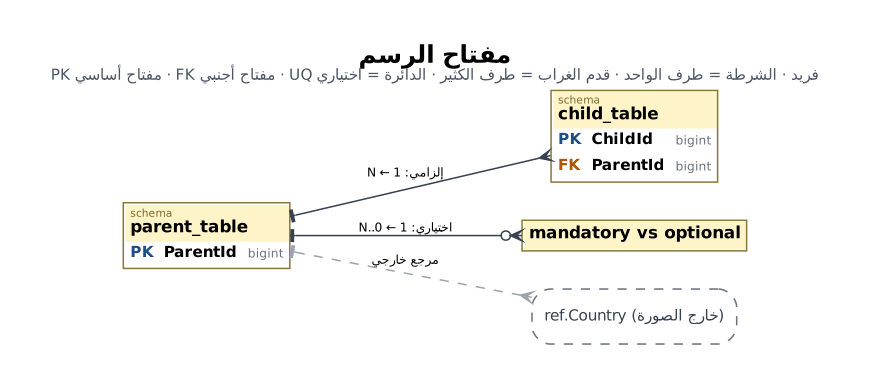
thawrasy/smartlines keeps this Graphviz diagram as treasury-platform/docs/diagrams/pro/legend.png. Above is the earlier version. Its source is kept beside it as treasury-platform/docs/diagrams/pro/src/legend.dot. Source of this version:
```dot
digraph G {
  graph [fontname="DejaVu Sans", label=<<B><FONT POINT-SIZE="16">مفتاح الرسم</FONT></B><BR/><FONT POINT-SIZE="10" COLOR="#4B5563">PK مفتاح أساسي · FK مفتاح أجنبي · UQ فريد · الشرطة = طرف الواحد · قدم الغراب = طرف الكثير · الدائرة = اختياري</FONT>>, labelloc=t, rankdir=LR, splines=true, nodesep=0.35, ranksep=1.25, pad=0.35, bgcolor="white", dpi=110];
  node [fontname="DejaVu Sans", fontsize=10];
  edge [fontname="DejaVu Sans", fontsize=8, color="#374151", arrowsize=0.75];
  parent [shape=plain, label=<<TABLE BORDER="1" COLOR="#8A7A3A" CELLBORDER="0" CELLSPACING="0" CELLPADDING="3" BGCOLOR="white"><TR><TD COLSPAN="3" BGCOLOR="#FFF4C7" ALIGN="LEFT"><FONT POINT-SIZE="7" COLOR="#7A6A2E">schema</FONT><BR ALIGN="LEFT"/><FONT POINT-SIZE="11"><B>parent_table</B></FONT></TD></TR><TR><TD ALIGN="LEFT"><FONT COLOR="#1D4E89"><B>PK</B></FONT></TD><TD ALIGN="LEFT"><B>ParentId</B></TD><TD ALIGN="RIGHT"><FONT COLOR="#6B7280" POINT-SIZE="8">bigint</FONT></TD></TR></TABLE>>];
  child [shape=plain, label=<<TABLE BORDER="1" COLOR="#8A7A3A" CELLBORDER="0" CELLSPACING="0" CELLPADDING="3" BGCOLOR="white"><TR><TD COLSPAN="3" BGCOLOR="#FFF4C7" ALIGN="LEFT"><FONT POINT-SIZE="7" COLOR="#7A6A2E">schema</FONT><BR ALIGN="LEFT"/><FONT POINT-SIZE="11"><B>child_table</B></FONT></TD></TR><TR><TD ALIGN="LEFT"><FONT COLOR="#1D4E89"><B>PK</B></FONT></TD><TD ALIGN="LEFT"><B>ChildId</B></TD><TD ALIGN="RIGHT"><FONT COLOR="#6B7280" POINT-SIZE="8">bigint</FONT></TD></TR><TR><TD ALIGN="LEFT"><FONT COLOR="#B45309"><B>FK</B></FONT></TD><TD ALIGN="LEFT"><B>ParentId</B></TD><TD ALIGN="RIGHT"><FONT COLOR="#6B7280" POINT-SIZE="8">bigint</FONT></TD></TR></TABLE>>];
  opt [shape=plain, label=<<TABLE BORDER="1" COLOR="#8A7A3A" CELLBORDER="0" CELLSPACING="0" CELLPADDING="3" BGCOLOR="white"><TR><TD BGCOLOR="#FFF4C7" ALIGN="LEFT"><FONT POINT-SIZE="11"><B>mandatory vs optional</B></FONT></TD></TR></TABLE>>];
  stub [shape=box, style="rounded,dashed", color="#6B7280", fontcolor="#374151", label="ref.Country (خارج الصورة)"];
  parent -> child [dir=both, arrowtail=tee, arrowhead=crow, label="إلزامي: 1 ← N"];
  parent -> opt [dir=both, arrowtail=tee, arrowhead=crowodot, label="اختياري: 1 ← 0..N"];
  parent -> stub [dir=both, arrowtail=tee, arrowhead=crow, style=dashed, color="#9CA3AF", label="مرجع خارجي"];
}
```
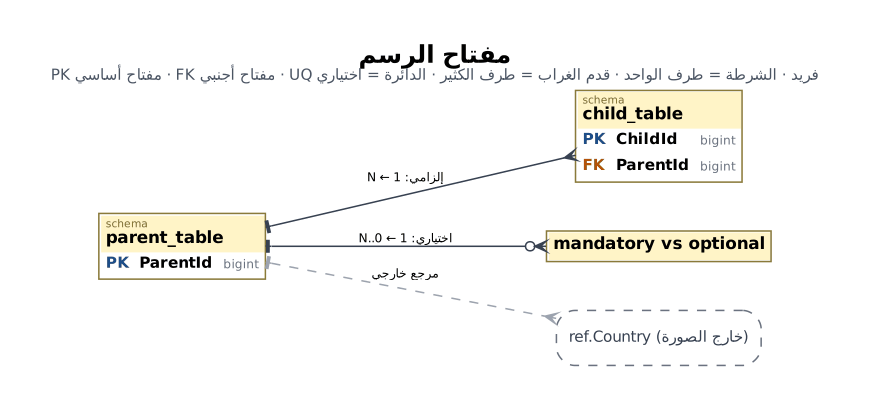
The same file after the commit.

Diff of the diagram source:
```diff
@@ -1,5 +1,5 @@
 digraph G {
-  graph [fontname="DejaVu Sans", label=<<B><FONT POINT-SIZE="16">مفتاح الرسم</FONT></B><BR/><FONT POINT-SIZE="10" COLOR="#4B5563">PK مفتاح أساسي · FK مفتاح أجنبي · UQ فريد · الشرطة = طرف الواحد · قدم الغراب = طرف الكثير · الدائرة = اختياري</FONT>>, labelloc=t, rankdir=LR, splines=true, nodesep=0.35, ranksep=1.25, pad=0.35, bgcolor="white", dpi=110];
+  graph [fontname="DejaVu Sans", label=<<B><FONT POINT-SIZE="16">مفتاح الرسم</FONT></B><BR/><FONT POINT-SIZE="10" COLOR="#4B5563">PK مفتاح أساسي · FK مفتاح أجنبي · UQ فريد · الشرطة = طرف الواحد · قدم الغراب = طرف الكثير · الدائرة = اختياري</FONT>>, labelloc=t, rankdir=LR, splines=spline, nodesep=0.45, ranksep=1.7, pad=0.35, bgcolor="white", dpi=110];
   node [fontname="DejaVu Sans", fontsize=10];
   edge [fontname="DejaVu Sans", fontsize=8, color="#374151", arrowsize=0.75];
   parent [shape=plain, label=<<TABLE BORDER="1" COLOR="#8A7A3A" CELLBORDER="0" CELLSPACING="0" CELLPADDING="3" BGCOLOR="white"><TR><TD COLSPAN="3" BGCOLOR="#FFF4C7" ALIGN="LEFT"><FONT POINT-SIZE="7" COLOR="#7A6A2E">schema</FONT><BR ALIGN="LEFT"/><FONT POINT-SIZE="11"><B>parent_table</B></FONT></TD></TR><TR><TD ALIGN="LEFT"><FONT COLOR="#1D4E89"><B>PK</B></FONT></TD><TD ALIGN="LEFT"><B>ParentId</B></TD><TD ALIGN="RIGHT"><FONT COLOR="#6B7280" POINT-SIZE="8">bigint</FONT></TD></TR></TABLE>>];
```
